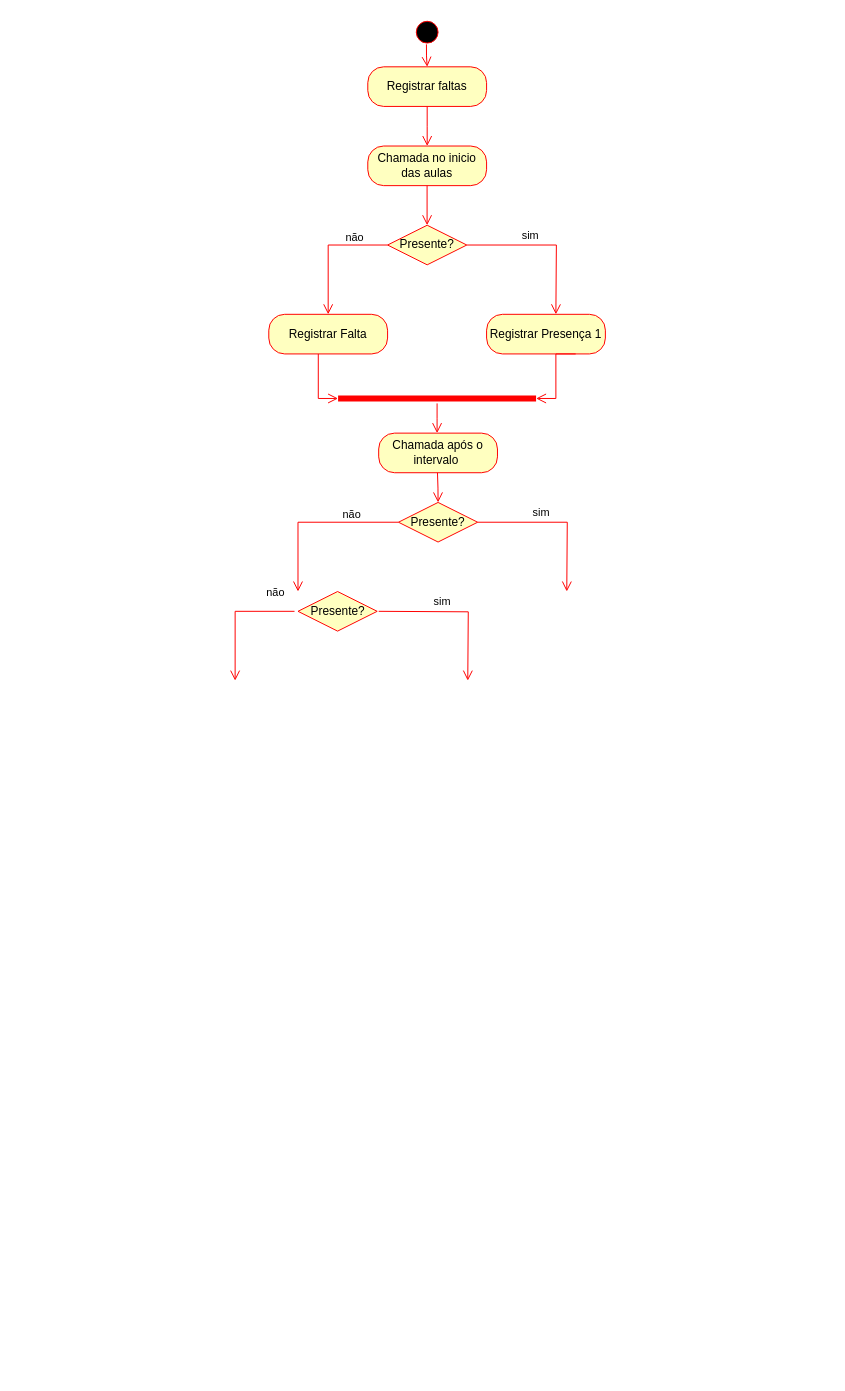
This is Diagramas/Diagrama sem nome.drawio from cc4semestre/projeto, a draw.io file, before an edit. Source tidied: cells renumbered, new cells numbered last; positions are measured from the earlier drawing's top-left corner, leaving out a move shared by most shapes. Both pictures are drawn from the tidied source at 99%, with x=0, y=0 at pixel (235, 17).
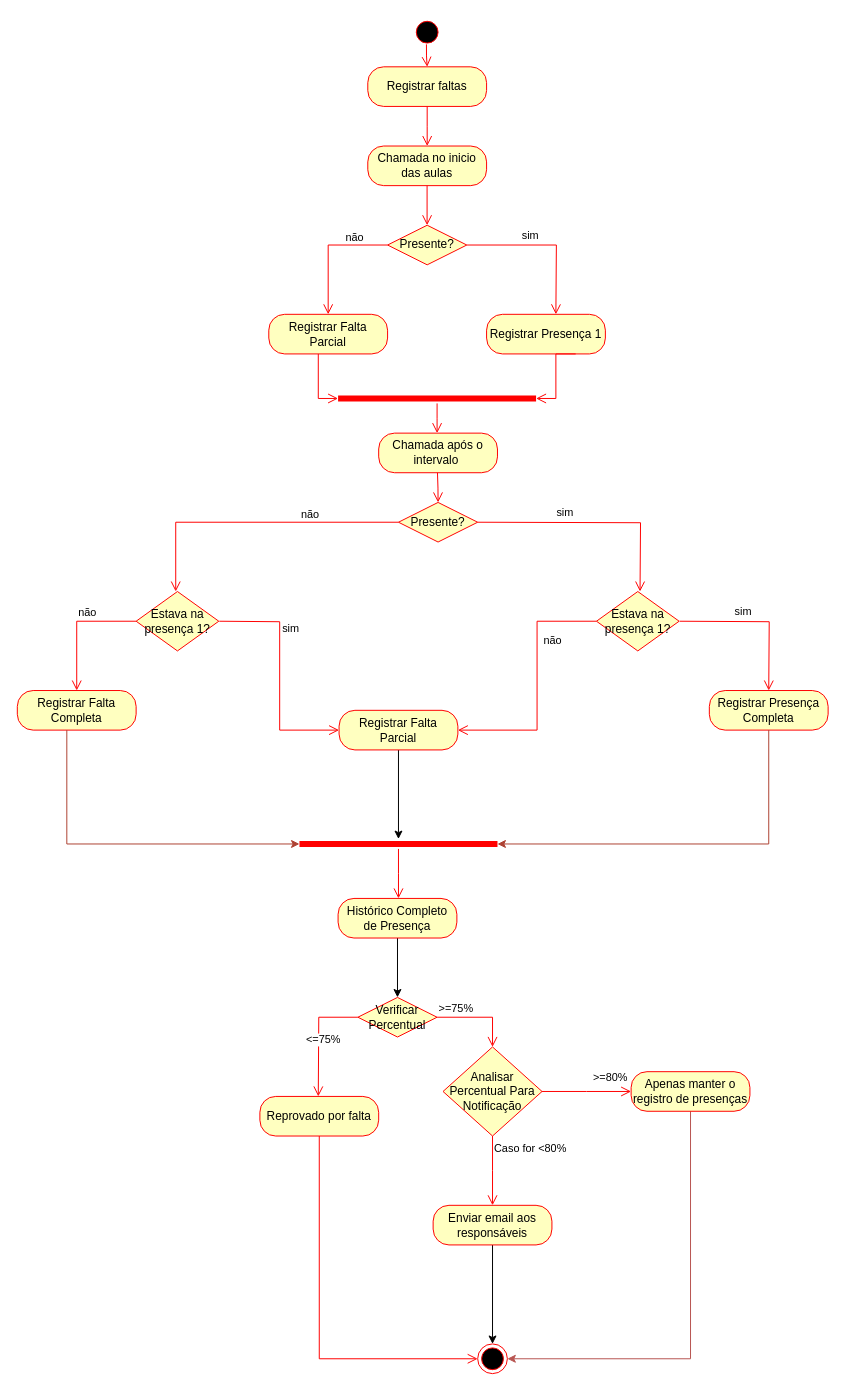
The same diagram, later.

Unchanged cells that the change refers to:
```xml
<mxCell id="15" value="Presente?" style="rhombus;whiteSpace=wrap;html=1;fontColor=#000000;fillColor=#ffffc0;strokeColor=#ff0000;" parent="1" vertex="1">
  <mxGeometry x="165" y="490" width="80" height="40" as="geometry" />
</mxCell>
```

What changed in the source:
```diff
@@
-    <mxCell id="18" value="Registrar Falta" style="rounded=1;whiteSpace=wrap;html=1;arcSize=40;fontColor=#000000;fillColor=#ffffc0;strokeColor=#ff0000;" parent="1" vertex="1">
+    <mxCell id="18" value="Registrar Falta Parcial" style="rounded=1;whiteSpace=wrap;html=1;arcSize=40;fontColor=#000000;fillColor=#ffffc0;strokeColor=#ff0000;" parent="1" vertex="1">
       <mxGeometry x="34" y="300" width="120" height="40" as="geometry" />
     </mxCell>
@@
     <mxCell id="20" value="não" style="edgeStyle=orthogonalEdgeStyle;html=1;align=left;verticalAlign=bottom;endArrow=open;endSize=8;strokeColor=#ff0000;rounded=0;exitX=0;exitY=0.5;exitDx=0;exitDy=0;" parent="1" edge="1" source="15">
       <mxGeometry x="-0.32" y="1" relative="1" as="geometry">
-        <mxPoint x="63.5" y="580" as="targetPoint" />
+        <mxPoint x="-60" y="580" as="targetPoint" />
         <Array as="points">
-          <mxPoint x="63" y="510" />
+          <mxPoint x="-60" y="510" />
         </Array>
       </mxGeometry>
     </mxCell>
-    <mxCell id="21" value="sim&amp;nbsp;" style="edgeStyle=orthogonalEdgeStyle;html=1;align=left;verticalAlign=bottom;endArrow=open;endSize=8;strokeColor=#ff0000;rounded=0;exitX=1;exitY=0.5;exitDx=0;exitDy=0;" parent="1" edge="1" source="15">
+    <mxCell id="21" value="sim&amp;nbsp;" style="edgeStyle=orthogonalEdgeStyle;html=1;align=left;verticalAlign=bottom;endArrow=open;endSize=8;strokeColor=#ff0000;rounded=0;exitX=1.012;exitY=0.501;exitDx=0;exitDy=0;exitPerimeter=0;" parent="1" edge="1">
       <mxGeometry x="-0.33" y="1" relative="1" as="geometry">
-        <mxPoint x="335" y="580" as="targetPoint" />
+        <mxPoint x="245" y="510" as="sourcePoint" />
+        <mxPoint x="409" y="580" as="targetPoint" />
       </mxGeometry>
     </mxCell>
-    <mxCell id="22" value="Presente?" style="rhombus;whiteSpace=wrap;html=1;fontColor=#000000;fillColor=#ffffc0;strokeColor=#ff0000;" parent="1" vertex="1">
-      <mxGeometry x="63.5" y="580" width="80" height="40" as="geometry" />
+    <mxCell id="22" value="Estava na presença 1?" style="rhombus;whiteSpace=wrap;html=1;fontColor=#000000;fillColor=#ffffc0;strokeColor=#ff0000;" parent="1" vertex="1">
+      <mxGeometry x="-100" y="580" width="83.5" height="60" as="geometry" />
     </mxCell>
     <mxCell id="23" value="não" style="edgeStyle=orthogonalEdgeStyle;html=1;align=left;verticalAlign=bottom;endArrow=open;endSize=8;strokeColor=#ff0000;rounded=0;exitX=0;exitY=0.5;exitDx=0;exitDy=0;" parent="1" edge="1">
-      <mxGeometry x="-0.54" y="-10" relative="1" as="geometry">
-        <mxPoint x="60" y="600" as="sourcePoint" />
-        <mxPoint y="670" as="targetPoint" />
+      <mxGeometry x="-0.08" relative="1" as="geometry">
+        <mxPoint x="-100" y="610" as="sourcePoint" />
+        <mxPoint x="-160" y="680" as="targetPoint" />
         <Array as="points">
-          <mxPoint y="600" />
-          <mxPoint y="670" />
+          <mxPoint x="-160" y="610" />
+          <mxPoint x="-160" y="680" />
         </Array>
       </mxGeometry>
     </mxCell>
-    <mxCell id="24" value="sim&amp;nbsp;" style="edgeStyle=orthogonalEdgeStyle;html=1;align=left;verticalAlign=bottom;endArrow=open;endSize=8;strokeColor=#ff0000;rounded=0;exitX=1;exitY=0.5;exitDx=0;exitDy=0;" parent="1" edge="1">
+    <mxCell id="24" value="sim&amp;nbsp;" style="edgeStyle=orthogonalEdgeStyle;html=1;align=left;verticalAlign=bottom;endArrow=open;endSize=8;strokeColor=#ff0000;rounded=0;exitX=1;exitY=0.5;exitDx=0;exitDy=0;entryX=0;entryY=0.5;entryDx=0;entryDy=0;" parent="1" edge="1" target="27">
       <mxGeometry x="-0.33" y="1" relative="1" as="geometry">
-        <mxPoint x="145" y="600" as="sourcePoint" />
-        <mxPoint x="235" y="670" as="targetPoint" />
+        <mxPoint x="-16" y="610" as="sourcePoint" />
       </mxGeometry>
     </mxCell>
+    <mxCell id="25" value="Registrar Falta Completa" style="rounded=1;whiteSpace=wrap;html=1;arcSize=40;fontColor=#000000;fillColor=#ffffc0;strokeColor=#ff0000;" parent="1" vertex="1">
+      <mxGeometry x="-220" y="680" width="120" height="40" as="geometry" />
+    </mxCell>
+    <mxCell id="26" style="edgeStyle=orthogonalEdgeStyle;rounded=0;jettySize=auto;html=1;" parent="1" edge="1" source="27" target="32">
+      <mxGeometry relative="1" as="geometry" />
+    </mxCell>
+    <mxCell id="27" value="Registrar Falta Parcial" style="rounded=1;whiteSpace=wrap;html=1;arcSize=40;fontColor=#000000;fillColor=#ffffc0;strokeColor=#ff0000;" parent="1" vertex="1">
+      <mxGeometry x="105" y="700" width="120" height="40" as="geometry" />
+    </mxCell>
+    <mxCell id="28" value="Estava na presença 1?" style="rhombus;whiteSpace=wrap;html=1;fontColor=#000000;fillColor=#ffffc0;strokeColor=#ff0000;" parent="1" vertex="1">
+      <mxGeometry x="365" y="580" width="83.5" height="60" as="geometry" />
+    </mxCell>
+    <mxCell id="29" value="não" style="edgeStyle=orthogonalEdgeStyle;html=1;align=left;verticalAlign=bottom;endArrow=open;endSize=8;strokeColor=#ff0000;rounded=0;exitX=0;exitY=0.5;exitDx=0;exitDy=0;entryX=1;entryY=0.5;entryDx=0;entryDy=0;" parent="1" edge="1" target="27">
+      <mxGeometry x="-0.28" y="5" relative="1" as="geometry">
+        <mxPoint x="365" y="610" as="sourcePoint" />
+        <Array as="points">
+          <mxPoint x="305" y="610" />
+          <mxPoint x="305" y="720" />
+        </Array>
+        <mxPoint y="-1" as="offset" />
+      </mxGeometry>
+    </mxCell>
+    <mxCell id="30" value="sim&amp;nbsp;" style="edgeStyle=orthogonalEdgeStyle;html=1;align=left;verticalAlign=bottom;endArrow=open;endSize=8;strokeColor=#ff0000;rounded=0;exitX=1;exitY=0.5;exitDx=0;exitDy=0;" parent="1" edge="1">
+      <mxGeometry x="-0.33" y="1" relative="1" as="geometry">
+        <mxPoint x="449" y="610" as="sourcePoint" />
+        <mxPoint x="539" y="680" as="targetPoint" />
+      </mxGeometry>
+    </mxCell>
+    <mxCell id="31" value="Registrar Presença Completa" style="rounded=1;whiteSpace=wrap;html=1;arcSize=40;fontColor=#000000;fillColor=#ffffc0;strokeColor=#ff0000;" parent="1" vertex="1">
+      <mxGeometry x="479" y="680" width="120" height="40" as="geometry" />
+    </mxCell>
+    <mxCell id="32" style="shape=line;html=1;strokeWidth=6;strokeColor=#ff0000;" parent="1" vertex="1">
+      <mxGeometry x="65" y="830" width="200" height="10" as="geometry" />
+    </mxCell>
+    <mxCell id="33" style="edgeStyle=orthogonalEdgeStyle;html=1;verticalAlign=bottom;endArrow=open;endSize=8;strokeColor=#ff0000;rounded=0;" parent="1" edge="1" source="32">
+      <mxGeometry relative="1" as="geometry">
+        <mxPoint x="165" y="890" as="targetPoint" />
+      </mxGeometry>
+    </mxCell>
+    <mxCell id="34" style="edgeStyle=orthogonalEdgeStyle;rounded=0;jettySize=auto;html=1;entryX=0;entryY=0.5;entryDx=0;entryDy=0;entryPerimeter=0;fillColor=#fad9d5;strokeColor=#ae4132;" parent="1" edge="1" source="25" target="32">
+      <mxGeometry relative="1" as="geometry">
+        <Array as="points">
+          <mxPoint x="-170" y="835" />
+        </Array>
+      </mxGeometry>
+    </mxCell>
+    <mxCell id="35" style="edgeStyle=orthogonalEdgeStyle;rounded=0;jettySize=auto;html=1;entryX=1;entryY=0.5;entryDx=0;entryDy=0;entryPerimeter=0;fillColor=#fad9d5;strokeColor=#ae4132;" parent="1" edge="1" source="31" target="32">
+      <mxGeometry relative="1" as="geometry">
+        <Array as="points">
+          <mxPoint x="539" y="835" />
+        </Array>
+      </mxGeometry>
+    </mxCell>
+    <mxCell id="36" style="edgeStyle=orthogonalEdgeStyle;rounded=0;jettySize=auto;html=1;entryX=0.5;entryY=0;entryDx=0;entryDy=0;" parent="1" edge="1" source="37" target="38">
+      <mxGeometry relative="1" as="geometry" />
+    </mxCell>
+    <mxCell id="37" value="Histórico Completo de Presença" style="rounded=1;whiteSpace=wrap;html=1;arcSize=40;fontColor=#000000;fillColor=#ffffc0;strokeColor=#ff0000;" parent="1" vertex="1">
+      <mxGeometry x="104" y="890" width="120" height="40" as="geometry" />
+    </mxCell>
+    <mxCell id="38" value="Verificar Percentual" style="rhombus;whiteSpace=wrap;html=1;fontColor=#000000;fillColor=#ffffc0;strokeColor=#ff0000;" parent="1" vertex="1">
+      <mxGeometry x="124" y="990" width="80" height="40" as="geometry" />
+    </mxCell>
+    <mxCell id="39" value="&amp;gt;=75%" style="edgeStyle=orthogonalEdgeStyle;html=1;align=left;verticalAlign=bottom;endArrow=open;endSize=8;strokeColor=#ff0000;rounded=0;entryX=0.5;entryY=0;entryDx=0;entryDy=0;" parent="1" edge="1" source="38" target="43">
+      <mxGeometry x="-1" relative="1" as="geometry" />
+    </mxCell>
+    <mxCell id="40" value="&amp;lt;=75%" style="edgeStyle=orthogonalEdgeStyle;html=1;align=left;verticalAlign=top;endArrow=open;endSize=8;strokeColor=#ff0000;rounded=0;exitX=0;exitY=0.5;exitDx=0;exitDy=0;" parent="1" edge="1" source="38">
+      <mxGeometry x="-0.17" y="-14" relative="1" as="geometry">
+        <mxPoint x="84" y="1090" as="targetPoint" />
+      </mxGeometry>
+    </mxCell>
+    <mxCell id="41" value="Reprovado por falta" style="rounded=1;whiteSpace=wrap;html=1;arcSize=40;fontColor=#000000;fillColor=#ffffc0;strokeColor=#ff0000;" parent="1" vertex="1">
+      <mxGeometry x="25" y="1090" width="120" height="40" as="geometry" />
+    </mxCell>
+    <mxCell id="42" style="edgeStyle=orthogonalEdgeStyle;html=1;verticalAlign=bottom;endArrow=open;endSize=8;strokeColor=#ff0000;rounded=0;entryX=0;entryY=0.5;entryDx=0;entryDy=0;" parent="1" edge="1" source="41" target="50">
+      <mxGeometry relative="1" as="geometry">
+        <Array as="points">
+          <mxPoint x="85" y="1355" />
+        </Array>
+      </mxGeometry>
+    </mxCell>
+    <mxCell id="43" value="Analisar Percentual Para Notificação" style="rhombus;whiteSpace=wrap;html=1;fontColor=#000000;fillColor=#ffffc0;strokeColor=#ff0000;" parent="1" vertex="1">
+      <mxGeometry x="210" y="1040" width="100" height="90" as="geometry" />
+    </mxCell>
+    <mxCell id="44" value="&amp;gt;=80%" style="edgeStyle=orthogonalEdgeStyle;html=1;align=left;verticalAlign=bottom;endArrow=open;endSize=8;strokeColor=#ff0000;rounded=0;" parent="1" edge="1" source="43">
+      <mxGeometry x="0.12" y="5" relative="1" as="geometry">
+        <mxPoint x="400" y="1085" as="targetPoint" />
+      </mxGeometry>
+    </mxCell>
+    <mxCell id="45" value="Caso for &amp;lt;80%" style="edgeStyle=orthogonalEdgeStyle;html=1;align=left;verticalAlign=top;endArrow=open;endSize=8;strokeColor=#ff0000;rounded=0;" parent="1" edge="1" source="43">
+      <mxGeometry x="-1" relative="1" as="geometry">
+        <mxPoint x="260" y="1200" as="targetPoint" />
+      </mxGeometry>
+    </mxCell>
+    <mxCell id="46" style="edgeStyle=orthogonalEdgeStyle;rounded=0;jettySize=auto;html=1;entryX=0.5;entryY=0;entryDx=0;entryDy=0;" parent="1" edge="1" source="47" target="50">
+      <mxGeometry relative="1" as="geometry" />
+    </mxCell>
+    <mxCell id="47" value="Enviar email aos responsáveis" style="rounded=1;whiteSpace=wrap;html=1;arcSize=40;fontColor=#000000;fillColor=#ffffc0;strokeColor=#ff0000;" parent="1" vertex="1">
+      <mxGeometry x="200" y="1200" width="120" height="40" as="geometry" />
+    </mxCell>
+    <mxCell id="48" style="edgeStyle=orthogonalEdgeStyle;rounded=0;jettySize=auto;html=1;entryX=1;entryY=0.5;entryDx=0;entryDy=0;fillColor=#f8cecc;strokeColor=#b85450;" parent="1" edge="1" source="49" target="50">
+      <mxGeometry relative="1" as="geometry">
+        <Array as="points">
+          <mxPoint x="460" y="1355" />
+        </Array>
+      </mxGeometry>
+    </mxCell>
+    <mxCell id="49" value="Apenas manter o registro de presenças" style="rounded=1;whiteSpace=wrap;html=1;arcSize=40;fontColor=#000000;fillColor=#ffffc0;strokeColor=#ff0000;" parent="1" vertex="1">
+      <mxGeometry x="400" y="1065" width="120" height="40" as="geometry" />
+    </mxCell>
+    <mxCell id="50" style="ellipse;html=1;shape=endState;fillColor=#000000;strokeColor=#ff0000;" parent="1" vertex="1">
+      <mxGeometry x="245" y="1340" width="30" height="30" as="geometry" />
+    </mxCell>
```
